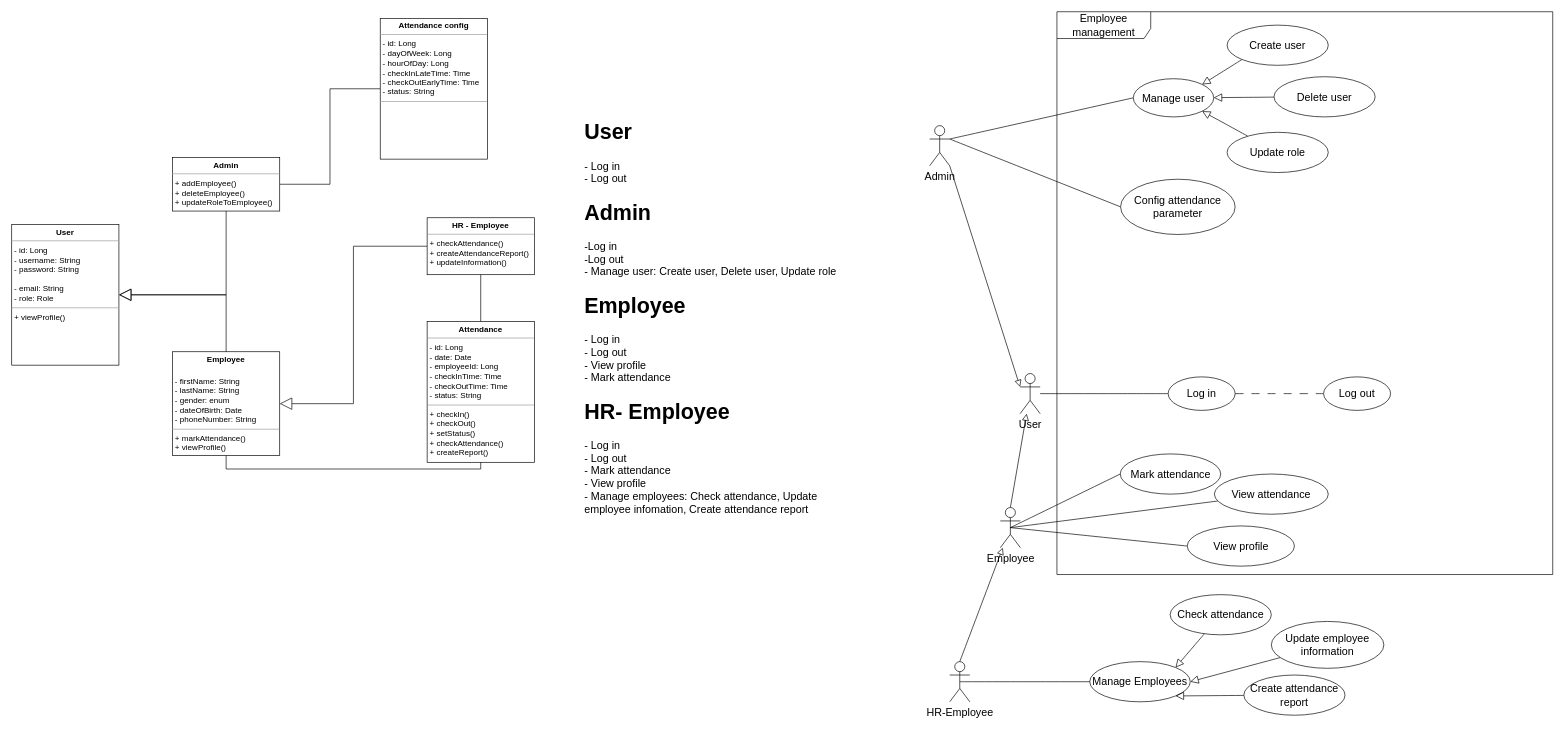
Before: EmployeeManagement.drawio in Jason1420/company_management, a draw.io diagram. Source tidied: cells renumbered, new cells numbered last; positions are measured from the earlier drawing's top-left corner, leaving out a move shared by most shapes. Both pictures are drawn from the tidied source at 67%, with x=0, y=0 at pixel (11, 11).
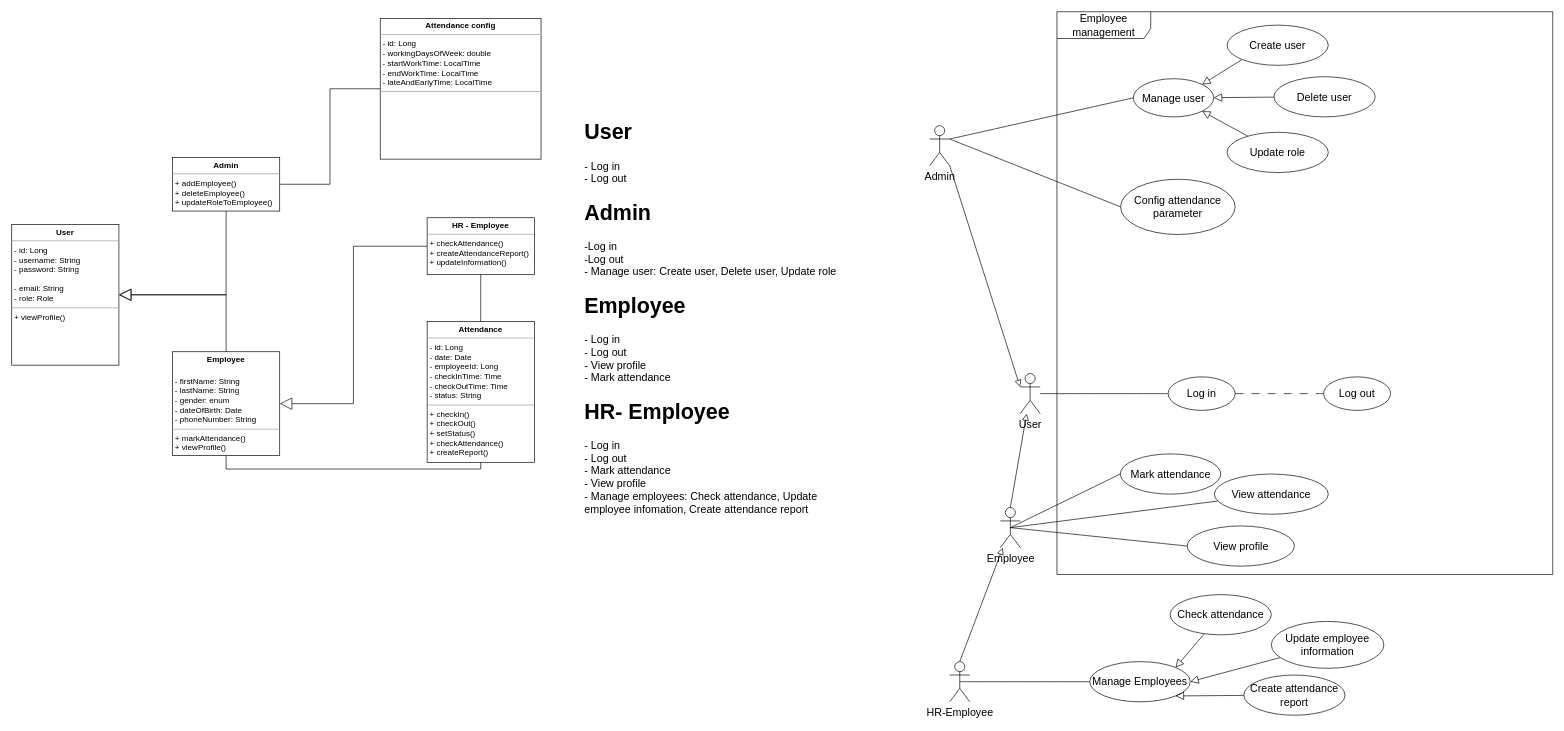
The same diagram, later.

The edit, as a diff of the source:
```diff
@@
-    <mxCell id="51" value="&lt;p style=&quot;margin:0px;margin-top:4px;text-align:center;&quot;&gt;&lt;b&gt;Attendance config&lt;/b&gt;&lt;/p&gt;&lt;hr size=&quot;1&quot;&gt;&lt;p style=&quot;margin:0px;margin-left:4px;&quot;&gt;- id: Long&lt;/p&gt;&lt;p style=&quot;margin:0px;margin-left:4px;&quot;&gt;- dayOfWeek: Long&lt;/p&gt;&lt;p style=&quot;margin:0px;margin-left:4px;&quot;&gt;- hourOfDay: Long&lt;/p&gt;&lt;p style=&quot;margin:0px;margin-left:4px;&quot;&gt;- checkInLateTime: Time&lt;/p&gt;&lt;p style=&quot;margin:0px;margin-left:4px;&quot;&gt;- checkOutEarlyTime: Time&lt;/p&gt;&lt;p style=&quot;margin:0px;margin-left:4px;&quot;&gt;- status: String&lt;/p&gt;&lt;hr size=&quot;1&quot;&gt;&lt;p style=&quot;margin:0px;margin-left:4px;&quot;&gt;&lt;br&gt;&lt;/p&gt;" style="verticalAlign=top;align=left;overflow=fill;fontSize=12;fontFamily=Helvetica;html=1;whiteSpace=wrap;" parent="1" vertex="1">
-      <mxGeometry x="550" y="10" width="160" height="210" as="geometry" />
+    <mxCell id="51" value="&lt;p style=&quot;margin:0px;margin-top:4px;text-align:center;&quot;&gt;&lt;b&gt;Attendance config&lt;/b&gt;&lt;/p&gt;&lt;hr size=&quot;1&quot;&gt;&lt;p style=&quot;margin:0px;margin-left:4px;&quot;&gt;- id: Long&lt;/p&gt;&lt;p style=&quot;margin:0px;margin-left:4px;&quot;&gt;- workingDaysOfWeek: double&lt;/p&gt;&lt;p style=&quot;margin:0px;margin-left:4px;&quot;&gt;&lt;span style=&quot;background-color: initial;&quot;&gt;- startWorkTime: LocalTime&lt;/span&gt;&lt;br&gt;&lt;/p&gt;&lt;p style=&quot;border-color: var(--border-color); margin: 0px 0px 0px 4px;&quot;&gt;- endWorkTime: LocalTime&lt;/p&gt;&lt;p style=&quot;border-color: var(--border-color); margin: 0px 0px 0px 4px;&quot;&gt;- lateAndEarlyTime: LocalTime&lt;/p&gt;&lt;hr size=&quot;1&quot;&gt;&lt;p style=&quot;margin:0px;margin-left:4px;&quot;&gt;&lt;br&gt;&lt;/p&gt;" style="verticalAlign=top;align=left;overflow=fill;fontSize=12;fontFamily=Helvetica;html=1;whiteSpace=wrap;" parent="1" vertex="1">
+      <mxGeometry x="550" y="10" width="240" height="210" as="geometry" />
     </mxCell>
```
